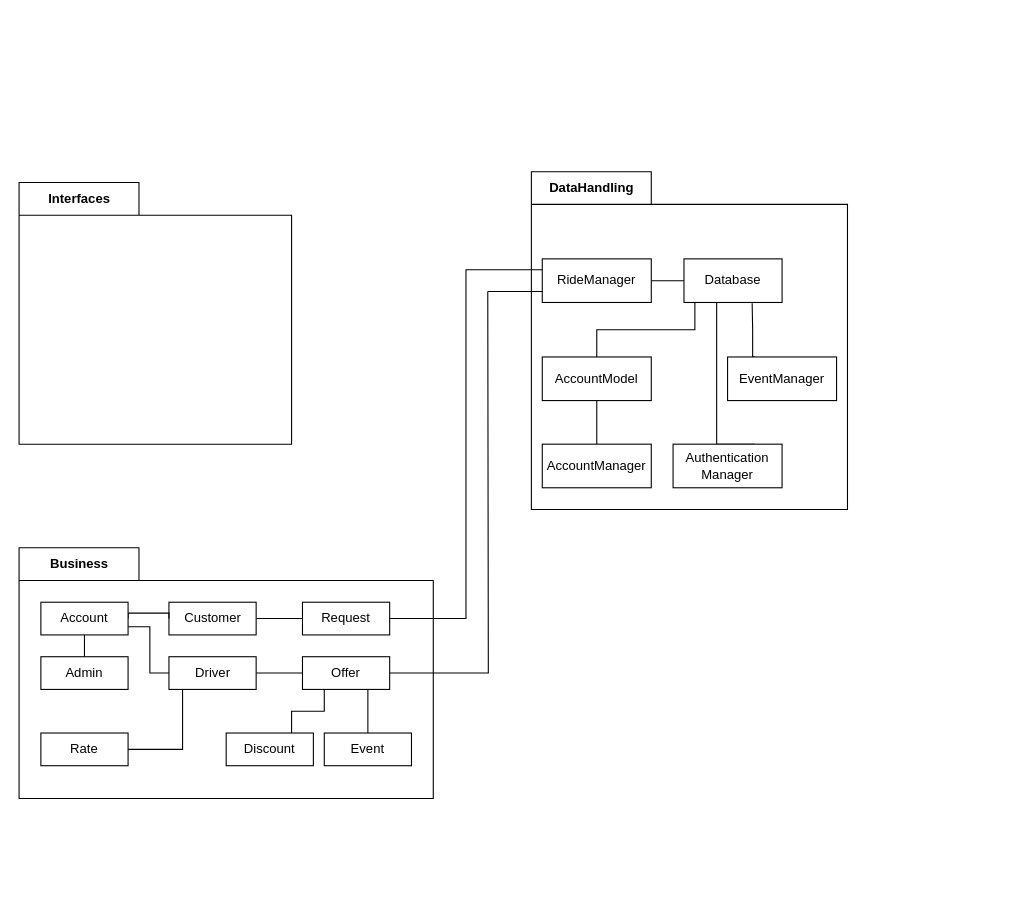
The draw.io diagram diagrams/Subsystem Decomposition.drawio in KareemMAX/CarApp, before the edit. Source tidied: cells renumbered, new cells numbered last; positions are measured from the earlier drawing's top-left corner, leaving out a move shared by most shapes. Both pictures are drawn from the tidied source at 109%, with x=0, y=0 at pixel (19, 171).
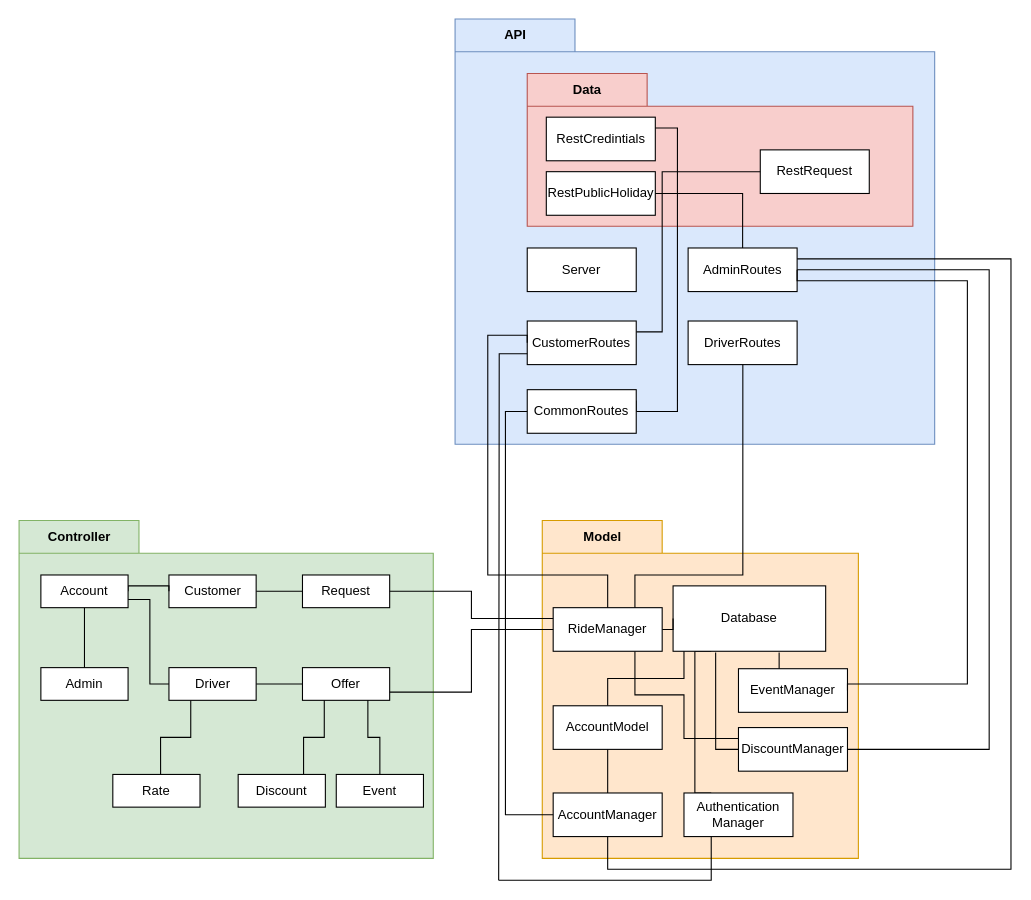
The same diagram, later.

Commit message (it also covers changes not shown here):
Fixed Component & systemdeco Diagrams

The change refers to these unchanged cells:
```xml
<mxCell id="5" value="AccountModel" style="rounded=0;whiteSpace=wrap;html=1;" parent="2" vertex="1">
  <mxGeometry x="10" y="170" width="100" height="40" as="geometry" />
</mxCell>
<mxCell id="7" value="RideManager" style="rounded=0;whiteSpace=wrap;html=1;" parent="2" vertex="1">
  <mxGeometry x="10" y="80" width="100" height="40" as="geometry" />
</mxCell>
<mxCell id="9" value="AccountManager" style="rounded=0;whiteSpace=wrap;html=1;" parent="2" vertex="1">
  <mxGeometry x="10" y="250" width="100" height="40" as="geometry" />
</mxCell>
<mxCell id="11" value="Authentication&lt;br&gt;Manager" style="rounded=0;whiteSpace=wrap;html=1;" parent="2" vertex="1">
  <mxGeometry x="130" y="250" width="100" height="40" as="geometry" />
</mxCell>
<mxCell id="32" value="Account" style="rounded=0;whiteSpace=wrap;html=1;" parent="15" vertex="1">
  <mxGeometry x="20" y="50" width="80" height="30" as="geometry" />
</mxCell>
```

The edit, as a diff of the source:
```diff
@@
-    <mxCell id="2" value="DataHandling" style="shape=folder;fontStyle=1;tabWidth=110;tabHeight=30;tabPosition=left;html=1;boundedLbl=1;labelInHeader=1;" parent="1" vertex="1">
-      <mxGeometry x="470" width="290" height="310" as="geometry" />
+    <mxCell id="2" value="Model" style="shape=folder;fontStyle=1;tabWidth=110;tabHeight=30;tabPosition=left;html=1;boundedLbl=1;labelInHeader=1;fillColor=#ffe6cc;strokeColor=#d79b00;" parent="1" vertex="1">
+      <mxGeometry x="480" y="320" width="290" height="310" as="geometry" />
     </mxCell>
+    <mxCell id="36" style="edgeStyle=orthogonalEdgeStyle;rounded=0;jettySize=auto;html=1;exitX=0.25;exitY=1;exitDx=0;exitDy=0;entryX=0.25;entryY=0;entryDx=0;entryDy=0;endArrow=none;endFill=0;" parent="2" edge="1" source="3" target="11">
+      <mxGeometry relative="1" as="geometry">
+        <Array as="points">
+          <mxPoint x="140" y="120" />
+          <mxPoint x="140" y="250" />
+        </Array>
+      </mxGeometry>
+    </mxCell>
     <mxCell id="3" value="Database" style="rounded=0;whiteSpace=wrap;html=1;" parent="2" vertex="1">
-      <mxGeometry x="140" y="80" width="90" height="40" as="geometry" />
+      <mxGeometry x="120" y="60" width="140" height="60" as="geometry" />
     </mxCell>
     <mxCell id="4" style="edgeStyle=orthogonalEdgeStyle;rounded=0;jettySize=auto;html=1;exitX=0.5;exitY=0;exitDx=0;exitDy=0;endArrow=none;endFill=0;" parent="2" edge="1" source="5" target="3">
       <mxGeometry relative="1" as="geometry">
         <Array as="points">
           <mxPoint x="60" y="145" />
-          <mxPoint x="150" y="145" />
+          <mxPoint x="130" y="145" />
         </Array>
       </mxGeometry>
     </mxCell>
@@
+    <mxCell id="37" style="edgeStyle=orthogonalEdgeStyle;rounded=0;jettySize=auto;html=1;exitX=0.75;exitY=1;exitDx=0;exitDy=0;entryX=0;entryY=0.25;entryDx=0;entryDy=0;endArrow=none;endFill=0;" parent="2" edge="1" source="7" target="39">
+      <mxGeometry relative="1" as="geometry">
+        <Array as="points">
+          <mxPoint x="85" y="160" />
+          <mxPoint x="130" y="160" />
+          <mxPoint x="130" y="200" />
+        </Array>
+      </mxGeometry>
+    </mxCell>
@@
-    <mxCell id="10" style="edgeStyle=orthogonalEdgeStyle;rounded=0;jettySize=auto;html=1;exitX=0.75;exitY=0;exitDx=0;exitDy=0;entryX=0.75;entryY=1;entryDx=0;entryDy=0;endArrow=none;endFill=0;" parent="2" edge="1" source="11" target="3">
-      <mxGeometry relative="1" as="geometry">
-        <Array as="points">
-          <mxPoint x="170" y="250" />
-          <mxPoint x="170" y="120" />
-        </Array>
-      </mxGeometry>
-    </mxCell>
@@
     <mxCell id="13" value="EventManager" style="rounded=0;whiteSpace=wrap;html=1;" parent="2" vertex="1">
-      <mxGeometry x="180" y="170" width="100" height="40" as="geometry" />
+      <mxGeometry x="180" y="136" width="100" height="40" as="geometry" />
     </mxCell>
+    <mxCell id="38" style="edgeStyle=orthogonalEdgeStyle;rounded=0;jettySize=auto;html=1;exitX=0;exitY=0.5;exitDx=0;exitDy=0;entryX=0.279;entryY=1.017;entryDx=0;entryDy=0;entryPerimeter=0;endArrow=none;endFill=0;" parent="2" edge="1" source="39" target="3">
+      <mxGeometry relative="1" as="geometry" />
+    </mxCell>
+    <mxCell id="39" value="DiscountManager" style="rounded=0;whiteSpace=wrap;html=1;" parent="2" vertex="1">
+      <mxGeometry x="180" y="190" width="100" height="40" as="geometry" />
+    </mxCell>
-    <mxCell id="14" value="Interfaces" style="shape=folder;fontStyle=1;tabWidth=110;tabHeight=30;tabPosition=left;html=1;boundedLbl=1;labelInHeader=1;" parent="1" vertex="1">
-      <mxGeometry y="10" width="250" height="240" as="geometry" />
+    <mxCell id="14" value="API" style="shape=folder;fontStyle=1;tabWidth=110;tabHeight=30;tabPosition=left;html=1;boundedLbl=1;labelInHeader=1;fillColor=#dae8fc;strokeColor=#6c8ebf;" parent="1" vertex="1">
+      <mxGeometry x="400" y="-140" width="440" height="390" as="geometry" />
     </mxCell>
+    <mxCell id="40" value="Data" style="shape=folder;fontStyle=1;tabWidth=110;tabHeight=30;tabPosition=left;html=1;boundedLbl=1;labelInHeader=1;fillColor=#f8cecc;strokeColor=#b85450;" parent="14" vertex="1">
+      <mxGeometry x="66.2" y="50" width="353.8" height="140" as="geometry" />
+    </mxCell>
+    <mxCell id="41" value="RestCredintials" style="rounded=0;whiteSpace=wrap;html=1;" parent="40" vertex="1">
+      <mxGeometry x="17.5" y="40" width="100" height="40" as="geometry" />
+    </mxCell>
+    <mxCell id="42" value="RestPublicHoliday" style="rounded=0;whiteSpace=wrap;html=1;" parent="40" vertex="1">
+      <mxGeometry x="17.5" y="90" width="100" height="40" as="geometry" />
+    </mxCell>
+    <mxCell id="43" value="RestRequest" style="rounded=0;whiteSpace=wrap;html=1;" parent="40" vertex="1">
+      <mxGeometry x="213.8" y="70" width="100" height="40" as="geometry" />
+    </mxCell>
+    <mxCell id="44" style="edgeStyle=orthogonalEdgeStyle;rounded=0;jettySize=auto;html=1;exitX=0.5;exitY=0;exitDx=0;exitDy=0;entryX=1;entryY=0.5;entryDx=0;entryDy=0;endArrow=none;endFill=0;" parent="14" edge="1" source="45" target="42">
+      <mxGeometry relative="1" as="geometry" />
+    </mxCell>
+    <mxCell id="45" value="AdminRoutes" style="rounded=0;whiteSpace=wrap;html=1;" parent="14" vertex="1">
+      <mxGeometry x="213.8" y="210" width="100" height="40" as="geometry" />
+    </mxCell>
+    <mxCell id="46" value="Server" style="rounded=0;whiteSpace=wrap;html=1;" parent="14" vertex="1">
+      <mxGeometry x="66.2" y="210" width="100" height="40" as="geometry" />
+    </mxCell>
+    <mxCell id="47" style="edgeStyle=orthogonalEdgeStyle;rounded=0;jettySize=auto;html=1;exitX=1;exitY=0.25;exitDx=0;exitDy=0;entryX=0;entryY=0.5;entryDx=0;entryDy=0;endArrow=none;endFill=0;" parent="14" edge="1" source="48" target="43">
+      <mxGeometry relative="1" as="geometry">
+        <Array as="points">
+          <mxPoint x="190" y="287" />
+          <mxPoint x="190" y="140" />
+        </Array>
+      </mxGeometry>
+    </mxCell>
+    <mxCell id="48" value="CustomerRoutes" style="rounded=0;whiteSpace=wrap;html=1;" parent="14" vertex="1">
+      <mxGeometry x="66.2" y="277" width="100" height="40" as="geometry" />
+    </mxCell>
+    <mxCell id="49" value="DriverRoutes" style="rounded=0;whiteSpace=wrap;html=1;" parent="14" vertex="1">
+      <mxGeometry x="213.8" y="277" width="100" height="40" as="geometry" />
+    </mxCell>
+    <mxCell id="50" style="edgeStyle=orthogonalEdgeStyle;rounded=0;jettySize=auto;html=1;exitX=1;exitY=0.25;exitDx=0;exitDy=0;entryX=1;entryY=0.25;entryDx=0;entryDy=0;endArrow=none;endFill=0;" parent="14" edge="1" source="51" target="41">
+      <mxGeometry relative="1" as="geometry">
+        <Array as="points">
+          <mxPoint x="166" y="360" />
+          <mxPoint x="204" y="360" />
+          <mxPoint x="204" y="100" />
+        </Array>
+      </mxGeometry>
+    </mxCell>
+    <mxCell id="51" value="CommonRoutes" style="rounded=0;whiteSpace=wrap;html=1;" parent="14" vertex="1">
+      <mxGeometry x="66.2" y="340" width="100" height="40" as="geometry" />
+    </mxCell>
-    <mxCell id="15" value="Business" style="shape=folder;fontStyle=1;tabWidth=110;tabHeight=30;tabPosition=left;html=1;boundedLbl=1;labelInHeader=1;" parent="1" vertex="1">
-      <mxGeometry y="345" width="380" height="230" as="geometry" />
+    <mxCell id="15" value="Controller" style="shape=folder;fontStyle=1;tabWidth=110;tabHeight=30;tabPosition=left;html=1;boundedLbl=1;labelInHeader=1;fillColor=#d5e8d4;strokeColor=#82b366;" parent="1" vertex="1">
+      <mxGeometry y="320" width="380" height="310" as="geometry" />
     </mxCell>
@@
     <mxCell id="19" style="edgeStyle=orthogonalEdgeStyle;rounded=0;jettySize=auto;html=1;exitX=0;exitY=0.5;exitDx=0;exitDy=0;entryX=1;entryY=0.75;entryDx=0;entryDy=0;endArrow=none;endFill=0;" parent="15" edge="1" source="20" target="32">
       <mxGeometry relative="1" as="geometry">
         <Array as="points">
-          <mxPoint x="120" y="115" />
+          <mxPoint x="120" y="150" />
           <mxPoint x="120" y="73" />
         </Array>
       </mxGeometry>
     </mxCell>
+    <mxCell id="52" style="edgeStyle=orthogonalEdgeStyle;rounded=0;jettySize=auto;html=1;exitX=0.25;exitY=1;exitDx=0;exitDy=0;entryX=0.548;entryY=-0.01;entryDx=0;entryDy=0;entryPerimeter=0;endArrow=none;endFill=0;" parent="15" edge="1" source="20" target="22">
+      <mxGeometry relative="1" as="geometry" />
+    </mxCell>
     <mxCell id="20" value="Driver" style="rounded=0;whiteSpace=wrap;html=1;" parent="15" vertex="1">
-      <mxGeometry x="137.5" y="100" width="80" height="30" as="geometry" />
+      <mxGeometry x="137.5" y="135" width="80" height="30" as="geometry" />
     </mxCell>
-    <mxCell id="21" style="edgeStyle=orthogonalEdgeStyle;rounded=0;jettySize=auto;html=1;exitX=1;exitY=0.5;exitDx=0;exitDy=0;endArrow=none;endFill=0;" parent="15" edge="1" source="22" target="20">
-      <mxGeometry relative="1" as="geometry">
-        <Array as="points">
-          <mxPoint x="150" y="185" />
-        </Array>
-      </mxGeometry>
-    </mxCell>
     <mxCell id="22" value="Rate" style="rounded=0;whiteSpace=wrap;html=1;" parent="15" vertex="1">
-      <mxGeometry x="20" y="170" width="80" height="30" as="geometry" />
+      <mxGeometry x="86" y="233" width="80" height="30" as="geometry" />
     </mxCell>
     <mxCell id="23" value="Offer" style="rounded=0;whiteSpace=wrap;html=1;" parent="15" vertex="1">
-      <mxGeometry x="260" y="100" width="80" height="30" as="geometry" />
+      <mxGeometry x="260" y="135" width="80" height="30" as="geometry" />
     </mxCell>
@@
     <mxCell id="26" value="Event" style="rounded=0;whiteSpace=wrap;html=1;" parent="15" vertex="1">
-      <mxGeometry x="280" y="170" width="80" height="30" as="geometry" />
+      <mxGeometry x="291" y="233" width="80" height="30" as="geometry" />
     </mxCell>
@@
     <mxCell id="28" value="Discount" style="rounded=0;whiteSpace=wrap;html=1;" parent="15" vertex="1">
-      <mxGeometry x="190" y="170" width="80" height="30" as="geometry" />
+      <mxGeometry x="201" y="233" width="80" height="30" as="geometry" />
     </mxCell>
     <mxCell id="29" value="Admin" style="rounded=0;whiteSpace=wrap;html=1;" parent="15" vertex="1">
-      <mxGeometry x="20" y="100" width="80" height="30" as="geometry" />
+      <mxGeometry x="20" y="135" width="80" height="30" as="geometry" />
     </mxCell>
@@
-    <mxCell id="34" style="edgeStyle=orthogonalEdgeStyle;rounded=0;jettySize=auto;html=1;exitX=1;exitY=0.5;exitDx=0;exitDy=0;endArrow=none;endFill=0;" parent="1" edge="1" source="23">
-      <mxGeometry relative="1" as="geometry">
-        <mxPoint x="430" y="110" as="targetPoint" />
-      </mxGeometry>
-    </mxCell>
-    <mxCell id="35" style="edgeStyle=orthogonalEdgeStyle;rounded=0;jettySize=auto;html=1;exitX=0;exitY=0.75;exitDx=0;exitDy=0;endArrow=none;endFill=0;" parent="1" edge="1" source="7">
-      <mxGeometry relative="1" as="geometry">
-        <mxPoint x="430" y="109.9" as="targetPoint" />
-      </mxGeometry>
-    </mxCell>
+    <mxCell id="53" style="edgeStyle=orthogonalEdgeStyle;rounded=0;jettySize=auto;html=1;exitX=0;exitY=0.5;exitDx=0;exitDy=0;entryX=1;entryY=0.75;entryDx=0;entryDy=0;endArrow=none;endFill=0;" parent="1" edge="1" source="7" target="23">
+      <mxGeometry relative="1" as="geometry" />
+    </mxCell>
+    <mxCell id="54" style="edgeStyle=orthogonalEdgeStyle;rounded=0;jettySize=auto;html=1;exitX=1;exitY=0.5;exitDx=0;exitDy=0;entryX=1;entryY=0.5;entryDx=0;entryDy=0;endArrow=none;endFill=0;" parent="1" edge="1" source="13" target="45">
+      <mxGeometry relative="1" as="geometry">
+        <Array as="points">
+          <mxPoint x="760" y="470" />
+          <mxPoint x="870" y="470" />
+          <mxPoint x="870" y="100" />
+          <mxPoint x="714" y="100" />
+        </Array>
+      </mxGeometry>
+    </mxCell>
+    <mxCell id="55" style="edgeStyle=orthogonalEdgeStyle;rounded=0;jettySize=auto;html=1;exitX=1;exitY=0.5;exitDx=0;exitDy=0;entryX=1;entryY=0.5;entryDx=0;entryDy=0;endArrow=none;endFill=0;" parent="1" edge="1" source="45" target="39">
+      <mxGeometry relative="1" as="geometry">
+        <Array as="points">
+          <mxPoint x="890" y="90" />
+          <mxPoint x="890" y="530" />
+        </Array>
+      </mxGeometry>
+    </mxCell>
+    <mxCell id="56" style="edgeStyle=orthogonalEdgeStyle;rounded=0;jettySize=auto;html=1;exitX=1;exitY=0.25;exitDx=0;exitDy=0;endArrow=none;endFill=0;entryX=0.5;entryY=1;entryDx=0;entryDy=0;" parent="1" edge="1" source="45" target="9">
+      <mxGeometry relative="1" as="geometry">
+        <Array as="points">
+          <mxPoint x="910" y="80" />
+          <mxPoint x="910" y="640" />
+          <mxPoint x="540" y="640" />
+        </Array>
+      </mxGeometry>
+    </mxCell>
+    <mxCell id="57" style="edgeStyle=orthogonalEdgeStyle;rounded=0;jettySize=auto;html=1;exitX=0;exitY=0.5;exitDx=0;exitDy=0;entryX=0;entryY=0.5;entryDx=0;entryDy=0;endArrow=none;endFill=0;" parent="1" edge="1" source="9" target="51">
+      <mxGeometry relative="1" as="geometry" />
+    </mxCell>
+    <mxCell id="58" style="edgeStyle=orthogonalEdgeStyle;rounded=0;jettySize=auto;html=1;exitX=0;exitY=0.5;exitDx=0;exitDy=0;entryX=0.5;entryY=0;entryDx=0;entryDy=0;endArrow=none;endFill=0;" parent="1" edge="1" source="48" target="7">
+      <mxGeometry relative="1" as="geometry">
+        <Array as="points">
+          <mxPoint x="466" y="150" />
+          <mxPoint x="430" y="150" />
+          <mxPoint x="430" y="370" />
+          <mxPoint x="540" y="370" />
+        </Array>
+      </mxGeometry>
+    </mxCell>
+    <mxCell id="59" style="edgeStyle=orthogonalEdgeStyle;rounded=0;jettySize=auto;html=1;exitX=0;exitY=0.75;exitDx=0;exitDy=0;endArrow=none;endFill=0;" parent="1" edge="1" source="48">
+      <mxGeometry relative="1" as="geometry">
+        <mxPoint x="440" y="650" as="targetPoint" />
+      </mxGeometry>
+    </mxCell>
+    <mxCell id="60" style="edgeStyle=orthogonalEdgeStyle;rounded=0;jettySize=auto;html=1;exitX=0.25;exitY=1;exitDx=0;exitDy=0;endArrow=none;endFill=0;" parent="1" edge="1" source="11">
+      <mxGeometry relative="1" as="geometry">
+        <mxPoint x="440" y="650" as="targetPoint" />
+        <Array as="points">
+          <mxPoint x="635" y="650" />
+        </Array>
+      </mxGeometry>
+    </mxCell>
+    <mxCell id="61" style="edgeStyle=orthogonalEdgeStyle;rounded=0;jettySize=auto;html=1;exitX=0.75;exitY=0;exitDx=0;exitDy=0;endArrow=none;endFill=0;" parent="1" edge="1" source="7" target="49">
+      <mxGeometry relative="1" as="geometry">
+        <Array as="points">
+          <mxPoint x="565" y="370" />
+          <mxPoint x="664" y="370" />
+        </Array>
+      </mxGeometry>
+    </mxCell>
```
